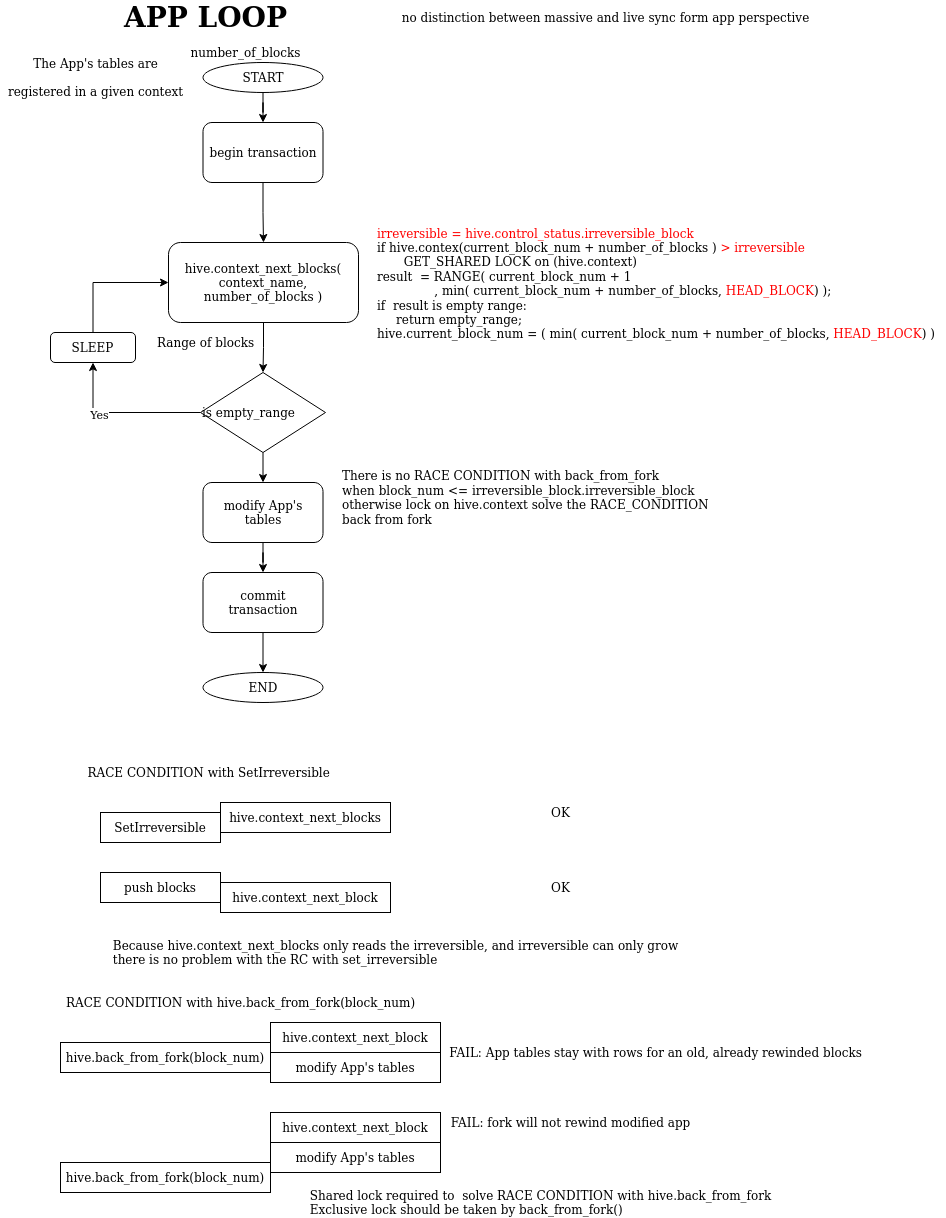
The draw.io diagram doc/app_loop_common.png in openhive-network/HAfAH, before a commit. Source tidied: cells renumbered, new cells last; positions are measured from the earlier drawing's top-left corner, leaving out a move shared by most shapes.
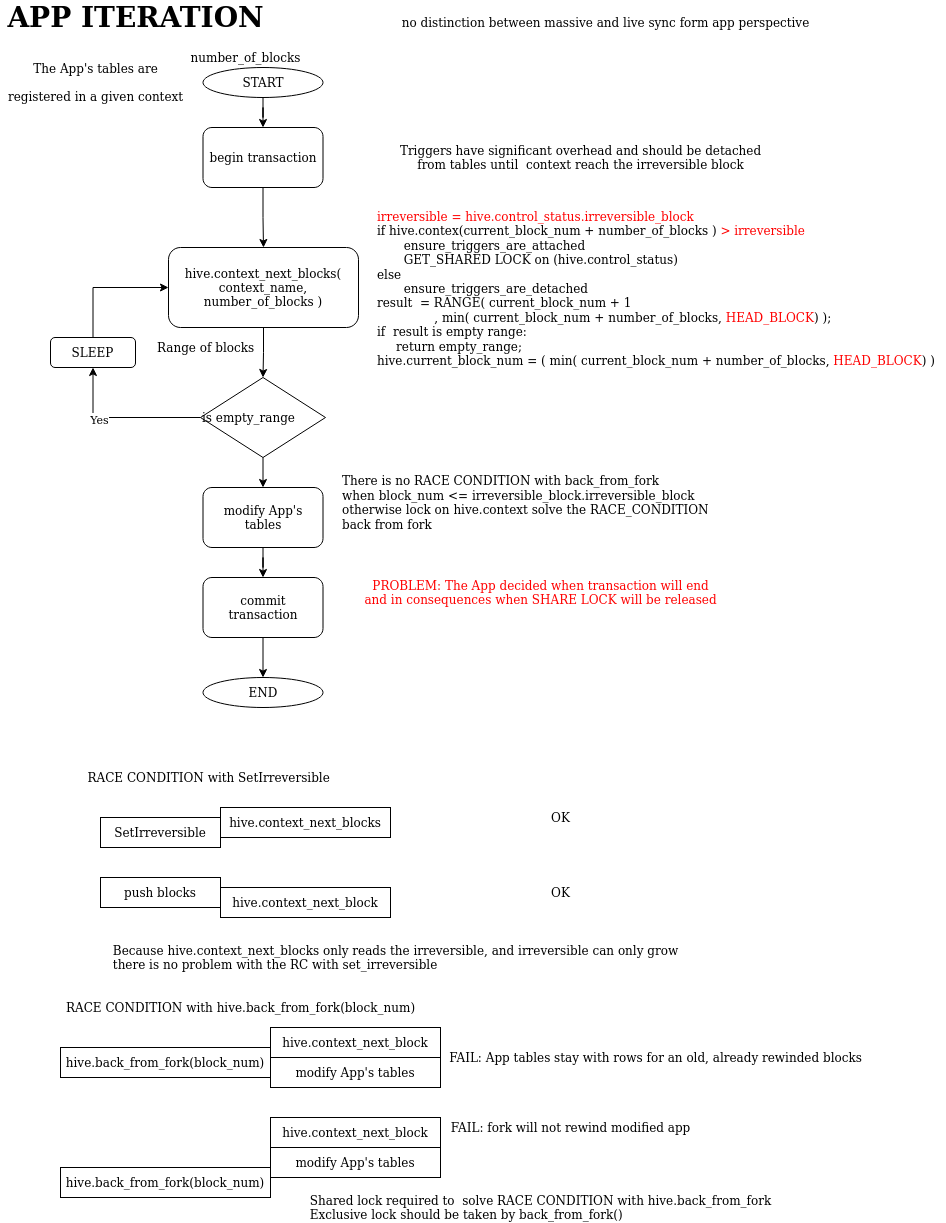
The same diagram one commit later.

What changed in the source:
```diff
@@ -38,8 +38,8 @@
     <mxCell id="13" value="The App's tables are&lt;br&gt;&lt;br&gt;registered in a given context" style="text;html=1;align=center;verticalAlign=middle;strokeColor=none;" parent="1" vertex="1">
       <mxGeometry y="50" width="190" height="50" as="geometry" />
     </mxCell>
-    <mxCell id="14" value="&lt;div&gt;&lt;font color=&quot;#FF0000&quot;&gt;irreversible = hive.control_status.irreversible_block&lt;br&gt;&lt;/font&gt;&lt;/div&gt;&lt;div&gt;if hive.contex(current_block_num + number_of_blocks ) &lt;font color=&quot;#FF0000&quot;&gt;&amp;gt; irreversible&lt;/font&gt;&lt;br&gt;&lt;/div&gt;&lt;div&gt;&amp;nbsp;&amp;nbsp;&amp;nbsp;&amp;nbsp;&amp;nbsp;&amp;nbsp; GET_SHARED LOCK on (hive.context)&lt;br&gt;&lt;/div&gt;&lt;div&gt;result&amp;nbsp; = RANGE( current_block_num + 1&lt;/div&gt;&lt;div&gt;&amp;nbsp;&amp;nbsp;&amp;nbsp;&amp;nbsp;&amp;nbsp;&amp;nbsp;&amp;nbsp;&amp;nbsp;&amp;nbsp;&amp;nbsp;&amp;nbsp;&amp;nbsp;&amp;nbsp;&amp;nbsp; , min( current_block_num + number_of_blocks, &lt;font color=&quot;#FF0000&quot;&gt;HEAD_BLOCK&lt;/font&gt;) );&lt;/div&gt;&lt;div&gt;if&amp;nbsp; result is empty range:&lt;/div&gt;&lt;div&gt;&amp;nbsp;&amp;nbsp;&amp;nbsp;&amp;nbsp; return empty_range;&lt;br&gt;&lt;/div&gt;&lt;div&gt;hive.current_block_num = ( min( current_block_num + number_of_blocks, &lt;font color=&quot;#FF0000&quot;&gt;HEAD_BLOCK&lt;/font&gt;) )&lt;br&gt;&lt;/div&gt;" style="text;html=1;align=left;verticalAlign=middle;strokeColor=none;" parent="1" vertex="1">
-      <mxGeometry x="375" y="221" width="570" height="120" as="geometry" />
+    <mxCell id="14" value="&lt;div&gt;&lt;font color=&quot;#FF0000&quot;&gt;irreversible = hive.control_status.irreversible_block&lt;br&gt;&lt;/font&gt;&lt;/div&gt;&lt;div&gt;if hive.contex(current_block_num + number_of_blocks ) &lt;font color=&quot;#FF0000&quot;&gt;&amp;gt; irreversible&lt;/font&gt;&lt;/div&gt;&lt;div&gt;&lt;font color=&quot;#FF0000&quot;&gt;&lt;/font&gt;&amp;nbsp;&amp;nbsp;&amp;nbsp;&amp;nbsp;&amp;nbsp;&amp;nbsp; ensure_triggers_are_attached &lt;br&gt;&lt;/div&gt;&lt;div&gt;&amp;nbsp;&amp;nbsp;&amp;nbsp;&amp;nbsp;&amp;nbsp;&amp;nbsp; GET_SHARED LOCK on (hive.control_status)&lt;/div&gt;&lt;div&gt;else&lt;/div&gt;&lt;div&gt;&amp;nbsp;&amp;nbsp;&amp;nbsp;&amp;nbsp;&amp;nbsp;&amp;nbsp; ensure_triggers_are_detached&lt;br&gt;&lt;/div&gt;&lt;div&gt;result&amp;nbsp; = RANGE( current_block_num + 1&lt;/div&gt;&lt;div&gt;&amp;nbsp;&amp;nbsp;&amp;nbsp;&amp;nbsp;&amp;nbsp;&amp;nbsp;&amp;nbsp;&amp;nbsp;&amp;nbsp;&amp;nbsp;&amp;nbsp;&amp;nbsp;&amp;nbsp;&amp;nbsp; , min( current_block_num + number_of_blocks, &lt;font color=&quot;#FF0000&quot;&gt;HEAD_BLOCK&lt;/font&gt;) );&lt;/div&gt;&lt;div&gt;if&amp;nbsp; result is empty range:&lt;/div&gt;&lt;div&gt;&amp;nbsp;&amp;nbsp;&amp;nbsp;&amp;nbsp; return empty_range;&lt;br&gt;&lt;/div&gt;&lt;div&gt;hive.current_block_num = ( min( current_block_num + number_of_blocks, &lt;font color=&quot;#FF0000&quot;&gt;HEAD_BLOCK&lt;/font&gt;) )&lt;br&gt;&lt;/div&gt;" style="text;html=1;align=left;verticalAlign=middle;strokeColor=none;" parent="1" vertex="1">
+      <mxGeometry x="375" y="201" width="570" height="160" as="geometry" />
     </mxCell>
     <mxCell id="15" value="RACE CONDITION with SetIrreversible&amp;nbsp; " style="text;html=1;align=center;verticalAlign=middle;strokeColor=none;" parent="1" vertex="1">
       <mxGeometry x="80" y="760" width="260" height="20" as="geometry" />
@@ -62,8 +62,8 @@
     <mxCell id="21" value="OK" style="text;html=1;align=center;verticalAlign=middle;strokeColor=none;" parent="1" vertex="1">
       <mxGeometry x="545" y="875" width="30" height="20" as="geometry" />
     </mxCell>
-    <mxCell id="22" value="&lt;font style=&quot;font-size: 28px&quot;&gt;&lt;b&gt;APP LOOP &lt;br&gt;&lt;/b&gt;&lt;/font&gt;" style="text;html=1;align=center;verticalAlign=middle;strokeColor=none;" parent="1" vertex="1">
-      <mxGeometry x="115" width="180" height="30" as="geometry" />
+    <mxCell id="22" value="&lt;font style=&quot;font-size: 28px&quot;&gt;&lt;b&gt;APP ITERATION&lt;br&gt;&lt;/b&gt;&lt;/font&gt;" style="text;html=1;align=center;verticalAlign=middle;strokeColor=none;" parent="1" vertex="1">
+      <mxGeometry y="-5" width="270" height="30" as="geometry" />
     </mxCell>
     <mxCell id="23" value="no distinction between massive and live sync form app perspective" style="text;html=1;align=center;verticalAlign=middle;strokeColor=none;" parent="1" vertex="1">
       <mxGeometry x="395" y="5" width="420" height="20" as="geometry" />
@@ -128,5 +128,11 @@
     <mxCell id="43" value="FAIL: App tables stay with rows for an old, already rewinded blocks" style="text;html=1;align=center;verticalAlign=middle;strokeColor=none;" parent="1" vertex="1">
       <mxGeometry x="440" y="1040" width="430" height="20" as="geometry" />
     </mxCell>
+    <mxCell id="44" value="&lt;div&gt;Triggers have significant overhead and should be detached&lt;/div&gt;&lt;div&gt;from tables until&amp;nbsp; context reach the irreversible block&lt;br&gt;&lt;/div&gt;" style="text;html=1;align=center;verticalAlign=middle;strokeColor=none;" parent="1" vertex="1">
+      <mxGeometry x="390" y="135" width="380" height="30" as="geometry" />
+    </mxCell>
+    <mxCell id="45" value="&lt;div&gt;&lt;font color=&quot;#FF0000&quot;&gt;PROBLEM: The App decided when transaction will end&lt;/font&gt;&lt;/div&gt;&lt;div&gt;&lt;font color=&quot;#FF0000&quot;&gt;and in consequences when SHARE LOCK will be released&lt;/font&gt;&lt;/div&gt;" style="text;html=1;align=center;verticalAlign=middle;strokeColor=none;" parent="1" vertex="1">
+      <mxGeometry x="355" y="570" width="370" height="30" as="geometry" />
+    </mxCell>
   </root>
 </mxGraphModel>
```
